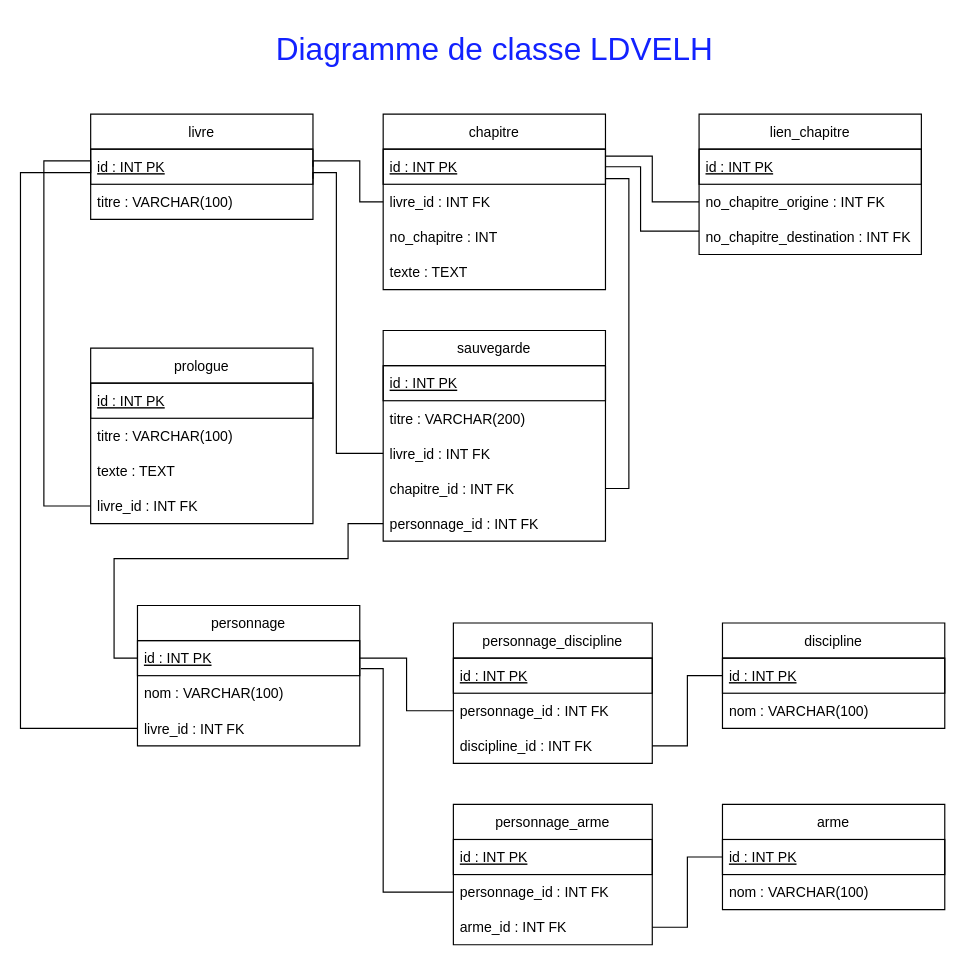
Before: Diagramme de classe du TP.drawio in 2132555-guyollotclement/clementguyollot_francispayan_projet, a draw.io diagram. Source tidied: cells renumbered, new cells numbered last; positions are measured from the earlier drawing's top-left corner, leaving out a move shared by most shapes. Both pictures are drawn from the tidied source at 117%, with x=0, y=0 at pixel (20, 20).
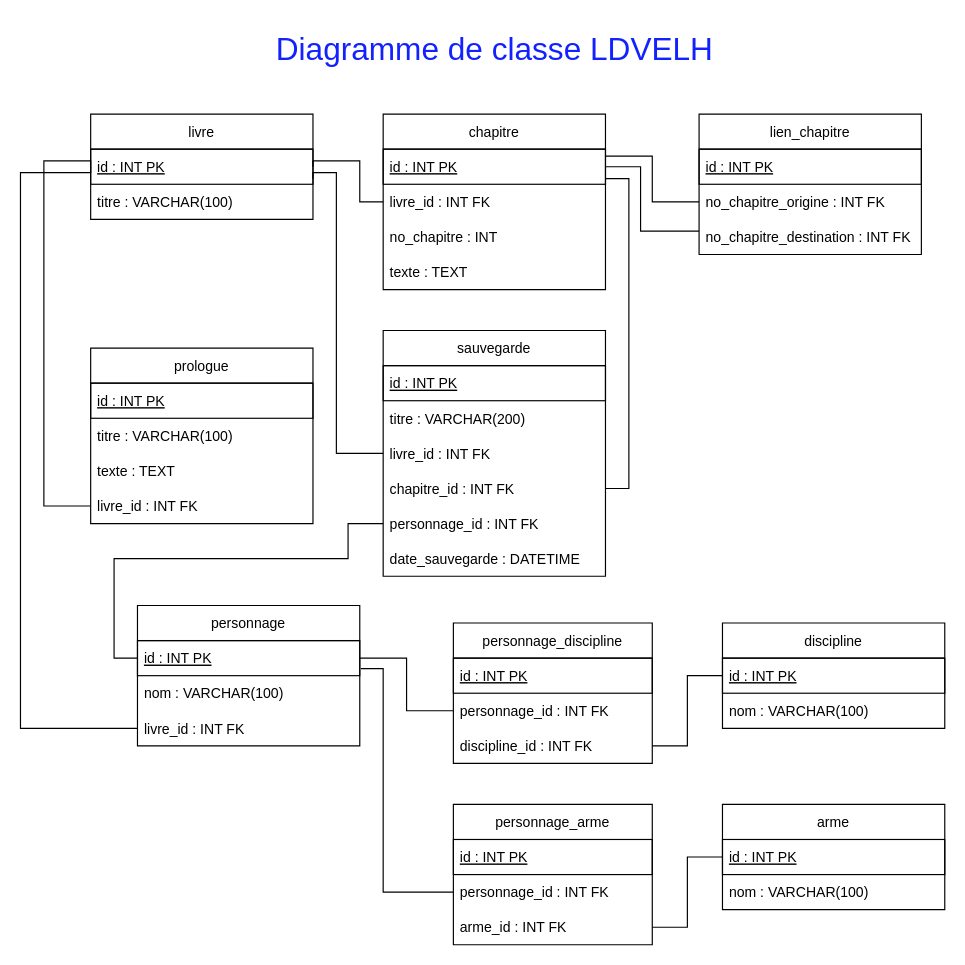
After the change.

Commit message (it also covers changes not shown here):
MAJ diagramme

Change to the diagram source:
```diff
@@
     <mxCell id="48" value="sauvegarde" style="swimlane;fontStyle=0;horizontal=1;startSize=30;" parent="1" vertex="1">
-      <mxGeometry x="310" y="265" width="190" height="180" as="geometry" />
+      <mxGeometry x="310" y="265" width="190" height="210" as="geometry" />
     </mxCell>
@@
+    <mxCell id="56" value="date_sauvegarde : DATETIME" style="text;strokeColor=none;fillColor=none;align=left;verticalAlign=middle;spacingLeft=4;spacingRight=4;overflow=hidden;" parent="48" vertex="1">
+      <mxGeometry y="180" width="190" height="30" as="geometry" />
+    </mxCell>
```
